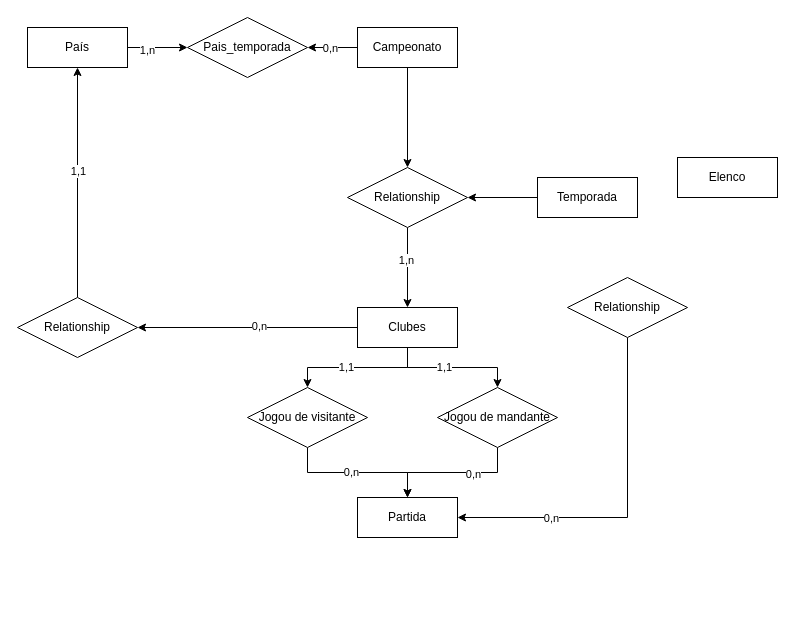
b4ra0/futeba keeps this draw.io diagram as diagramas/database/modelagem.drawio. Above is the earlier version. Source tidied: cells renumbered, new cells numbered last; positions are measured from the earlier drawing's top-left corner, leaving out a move shared by most shapes. Both pictures are drawn from the tidied source at 100%, with x=0, y=0 at pixel (17, 17).
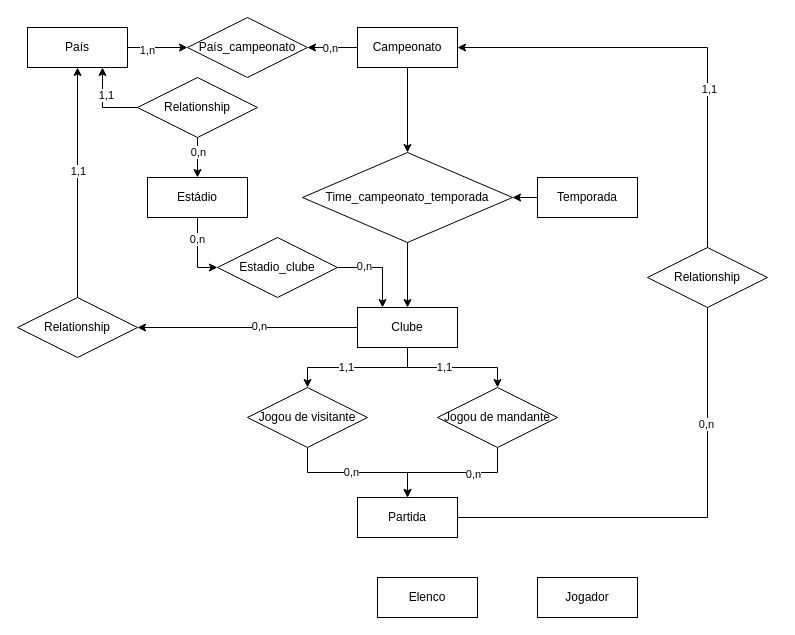
After the change.

Commit message:
implementação do estádio e alterações nas relações da modelagem

Unchanged cells that the change refers to:
```xml
<mxCell id="4" value="País" style="whiteSpace=wrap;html=1;align=center;" parent="1" vertex="1">
  <mxGeometry x="10" y="10" width="100" height="40" as="geometry" />
</mxCell>
<mxCell id="6" value="Campeonato" style="whiteSpace=wrap;html=1;align=center;" parent="1" vertex="1">
  <mxGeometry x="340" y="10" width="100" height="40" as="geometry" />
</mxCell>
<mxCell id="12" style="edgeStyle=orthogonalEdgeStyle;rounded=0;jettySize=auto;html=1;entryX=0.5;entryY=0;entryDx=0;entryDy=0;" parent="1" edge="1" source="14" target="21">
  <mxGeometry relative="1" as="geometry" />
</mxCell>
<mxCell id="25" value="Partida" style="whiteSpace=wrap;html=1;align=center;" parent="1" vertex="1">
  <mxGeometry x="340" y="480" width="100" height="40" as="geometry" />
</mxCell>
```

Diff of the diagram source:
```diff
@@
-    <mxCell id="7" value="Pais_temporada" style="shape=rhombus;perimeter=rhombusPerimeter;whiteSpace=wrap;html=1;align=center;" parent="1" vertex="1">
+    <mxCell id="7" value="País_campeonato" style="shape=rhombus;perimeter=rhombusPerimeter;whiteSpace=wrap;html=1;align=center;" parent="1" vertex="1">
       <mxGeometry x="170" width="120" height="60" as="geometry" />
     </mxCell>
@@
-    <mxCell id="13" value="1,n" style="edgeLabel;html=1;align=center;verticalAlign=middle;" parent="12" vertex="1">
-      <mxGeometry x="-0.21" y="-2" relative="1" as="geometry" />
-    </mxCell>
-    <mxCell id="14" value="Relationship" style="shape=rhombus;perimeter=rhombusPerimeter;whiteSpace=wrap;html=1;align=center;" parent="1" vertex="1">
-      <mxGeometry x="330" y="150" width="120" height="60" as="geometry" />
+    <mxCell id="14" value="Time_campeonato_temporada" style="shape=rhombus;perimeter=rhombusPerimeter;whiteSpace=wrap;html=1;align=center;" parent="1" vertex="1">
+      <mxGeometry x="285" y="135" width="210" height="90" as="geometry" />
     </mxCell>
@@
-    <mxCell id="21" value="Clubes" style="whiteSpace=wrap;html=1;align=center;" parent="1" vertex="1">
+    <mxCell id="21" value="Clube" style="whiteSpace=wrap;html=1;align=center;" parent="1" vertex="1">
       <mxGeometry x="340" y="290" width="100" height="40" as="geometry" />
     </mxCell>
@@
+    <mxCell id="36" style="edgeStyle=orthogonalEdgeStyle;rounded=0;jettySize=auto;html=1;entryX=1;entryY=0.5;entryDx=0;entryDy=0;" parent="1" edge="1" source="25" target="6">
+      <mxGeometry relative="1" as="geometry">
+        <Array as="points">
+          <mxPoint x="690" y="500" />
+          <mxPoint x="690" y="30" />
+        </Array>
+      </mxGeometry>
+    </mxCell>
+    <mxCell id="37" value="1,1" style="edgeLabel;html=1;align=center;verticalAlign=middle;" parent="36" vertex="1">
+      <mxGeometry x="0.4" y="-1" relative="1" as="geometry" />
+    </mxCell>
+    <mxCell id="38" value="0,n" style="edgeLabel;html=1;align=center;verticalAlign=middle;" parent="36" vertex="1">
+      <mxGeometry x="-0.29" y="2" relative="1" as="geometry" />
+    </mxCell>
@@
-    <mxCell id="32" style="edgeStyle=orthogonalEdgeStyle;rounded=0;jettySize=auto;html=1;entryX=1;entryY=0.5;entryDx=0;entryDy=0;" parent="1" edge="1" source="34" target="25">
-      <mxGeometry relative="1" as="geometry">
-        <Array as="points">
-          <mxPoint x="610" y="500" />
-        </Array>
-      </mxGeometry>
-    </mxCell>
-    <mxCell id="33" value="0,n" style="edgeLabel;html=1;align=center;verticalAlign=middle;" parent="32" vertex="1">
-      <mxGeometry x="0.47" relative="1" as="geometry" />
-    </mxCell>
-    <mxCell id="34" value="Relationship" style="shape=rhombus;perimeter=rhombusPerimeter;whiteSpace=wrap;html=1;align=center;" parent="1" vertex="1">
-      <mxGeometry x="550" y="260" width="120" height="60" as="geometry" />
-    </mxCell>
     <mxCell id="35" value="Elenco" style="whiteSpace=wrap;html=1;align=center;" parent="1" vertex="1">
-      <mxGeometry x="660" y="140" width="100" height="40" as="geometry" />
+      <mxGeometry x="360" y="560" width="100" height="40" as="geometry" />
     </mxCell>
+    <mxCell id="39" value="Jogador" style="whiteSpace=wrap;html=1;align=center;" parent="1" vertex="1">
+      <mxGeometry x="520" y="560" width="100" height="40" as="geometry" />
+    </mxCell>
+    <mxCell id="40" style="edgeStyle=orthogonalEdgeStyle;rounded=0;jettySize=auto;html=1;entryX=0;entryY=0.5;entryDx=0;entryDy=0;" parent="1" edge="1" source="42" target="46">
+      <mxGeometry relative="1" as="geometry" />
+    </mxCell>
+    <mxCell id="41" value="0,n" style="edgeLabel;html=1;align=center;verticalAlign=middle;" parent="40" vertex="1">
+      <mxGeometry x="-0.4" y="-1" relative="1" as="geometry" />
+    </mxCell>
+    <mxCell id="42" value="Estádio" style="whiteSpace=wrap;html=1;align=center;" parent="1" vertex="1">
+      <mxGeometry x="130" y="160" width="100" height="40" as="geometry" />
+    </mxCell>
+    <mxCell id="43" value="Relationship" style="shape=rhombus;perimeter=rhombusPerimeter;whiteSpace=wrap;html=1;align=center;" parent="1" vertex="1">
+      <mxGeometry x="630" y="230" width="120" height="60" as="geometry" />
+    </mxCell>
+    <mxCell id="44" style="edgeStyle=orthogonalEdgeStyle;rounded=0;jettySize=auto;html=1;entryX=0.25;entryY=0;entryDx=0;entryDy=0;" parent="1" edge="1" source="46" target="21">
+      <mxGeometry relative="1" as="geometry" />
+    </mxCell>
+    <mxCell id="45" value="0,n" style="edgeLabel;html=1;align=center;verticalAlign=middle;" parent="44" vertex="1">
+      <mxGeometry x="-0.39" y="2" relative="1" as="geometry" />
+    </mxCell>
+    <mxCell id="46" value="Estadio_clube" style="shape=rhombus;perimeter=rhombusPerimeter;whiteSpace=wrap;html=1;align=center;" parent="1" vertex="1">
+      <mxGeometry x="200" y="220" width="120" height="60" as="geometry" />
+    </mxCell>
+    <mxCell id="47" style="edgeStyle=orthogonalEdgeStyle;rounded=0;jettySize=auto;html=1;entryX=0.5;entryY=0;entryDx=0;entryDy=0;" parent="1" edge="1" source="51" target="42">
+      <mxGeometry relative="1" as="geometry" />
+    </mxCell>
+    <mxCell id="48" value="0,n" style="edgeLabel;html=1;align=center;verticalAlign=middle;" parent="47" vertex="1">
+      <mxGeometry x="-0.3" relative="1" as="geometry" />
+    </mxCell>
+    <mxCell id="49" style="edgeStyle=orthogonalEdgeStyle;rounded=0;jettySize=auto;html=1;entryX=0.75;entryY=1;entryDx=0;entryDy=0;" parent="1" edge="1" source="51" target="4">
+      <mxGeometry relative="1" as="geometry" />
+    </mxCell>
+    <mxCell id="50" value="1,1" style="edgeLabel;html=1;align=center;verticalAlign=middle;" parent="49" vertex="1">
+      <mxGeometry x="0.28" y="-3" relative="1" as="geometry" />
+    </mxCell>
+    <mxCell id="51" value="Relationship" style="shape=rhombus;perimeter=rhombusPerimeter;whiteSpace=wrap;html=1;align=center;" parent="1" vertex="1">
+      <mxGeometry x="120" y="60" width="120" height="60" as="geometry" />
+    </mxCell>
```
